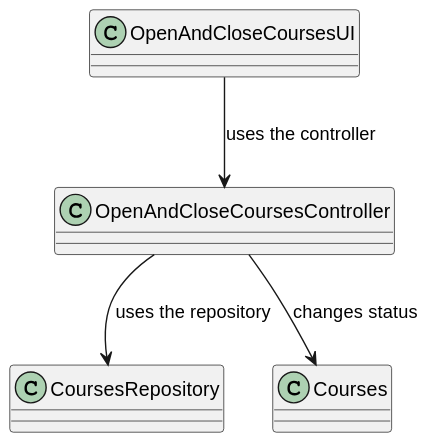
Before: docs/SPRINT B/US1004/Class_Diagram.svg, a diagram exported from PlantUML (mascenso/isep-sem4-lapr4). Source of this version:
```plantuml
@startuml

class OpenAndCloseCoursesUI  {

}

class OpenAndCloseCoursesController {

}

class CoursesRepository {

}

class Courses {

}

OpenAndCloseCoursesUI -down-> OpenAndCloseCoursesController: uses the controller
OpenAndCloseCoursesController --> CoursesRepository: uses the repository
OpenAndCloseCoursesController --> Courses: changes status
@enduml
```
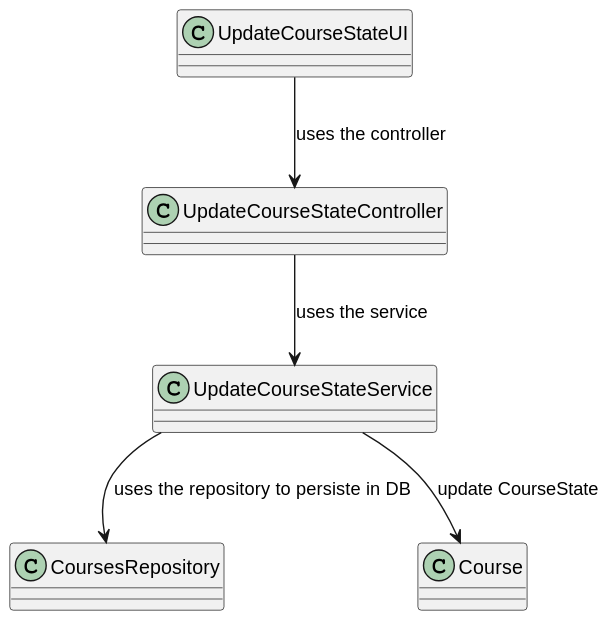
Above is the later version.

The edit, as a diff of the source:
```diff
@@ -1,22 +1,26 @@
 @startuml
 
-class OpenAndCloseCoursesUI  {
+class UpdateCourseStateUI  {
 
 }
 
-class OpenAndCloseCoursesController {
+class UpdateCourseStateController {
 
+}
+
+class UpdateCourseStateService {
 }
 
 class CoursesRepository {
 
 }
 
-class Courses {
+class Course {
 
 }
 
-OpenAndCloseCoursesUI -down-> OpenAndCloseCoursesController: uses the controller
-OpenAndCloseCoursesController --> CoursesRepository: uses the repository
-OpenAndCloseCoursesController --> Courses: changes status
+UpdateCourseStateUI -down-> UpdateCourseStateController: uses the controller
+UpdateCourseStateController --> UpdateCourseStateService: uses the service
+UpdateCourseStateService --> CoursesRepository: uses the repository to persiste in DB
+UpdateCourseStateService --> Course: update CourseState
 @enduml
```
